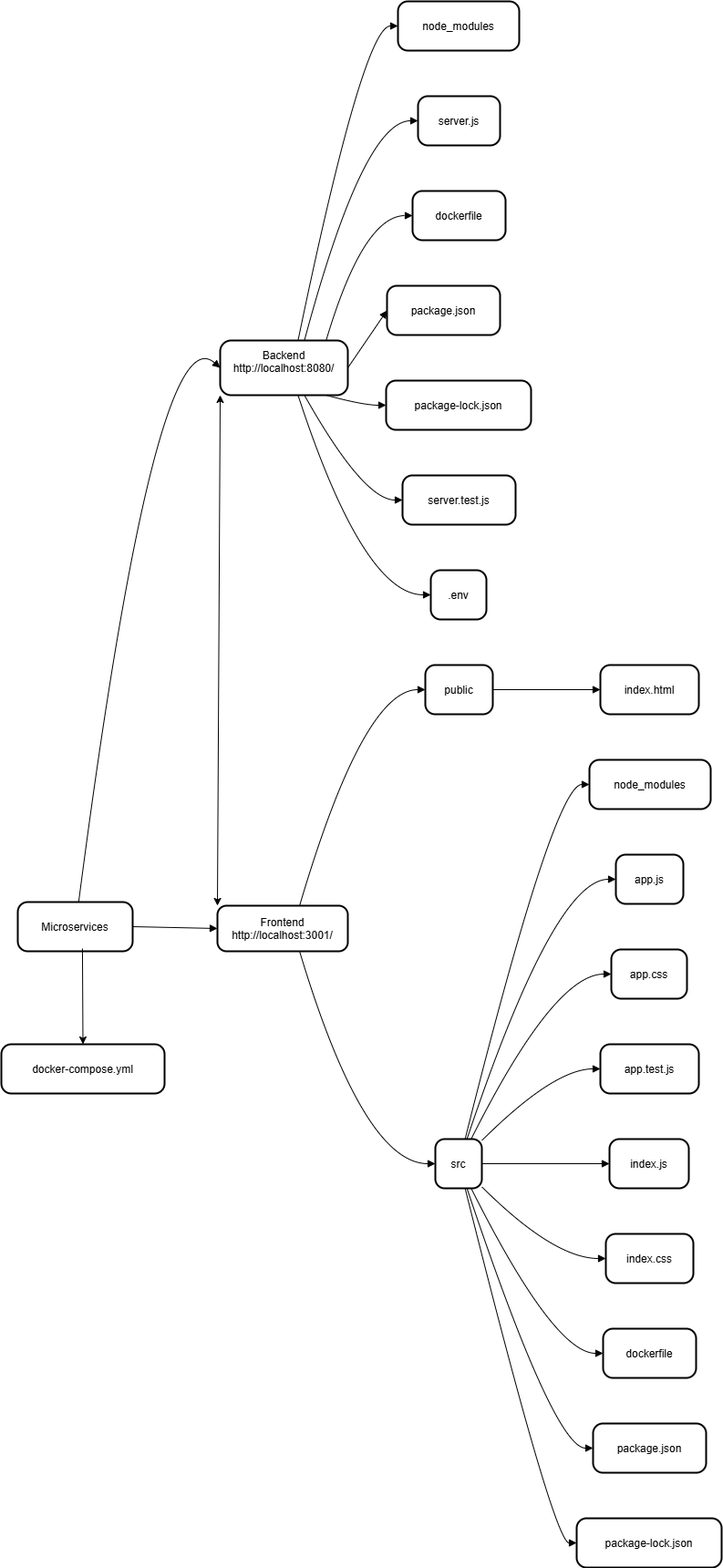
This is Microservices/images/MicroServices.drawio.png from ANANA1218/MicroServices, a draw.io export, as it was before one commit. Source tidied: cells renumbered, new cells last; positions are measured from the earlier drawing's top-left corner, leaving out a move shared by most shapes.
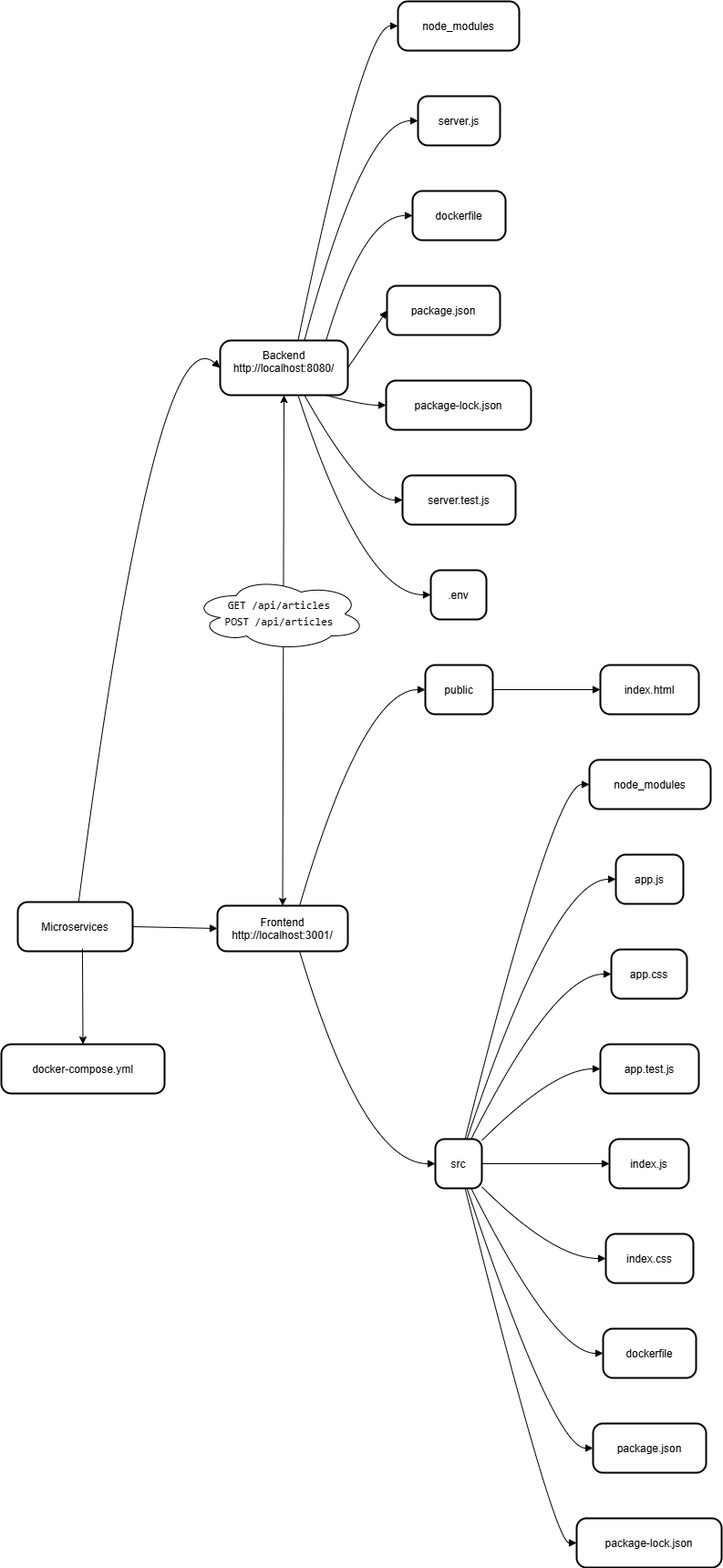
The same diagram one commit later.

Commit message:
Mettre à jour MicroServices.drawio.png

The edit, as a diff of the source:
```diff
@@ -205,8 +205,11 @@
     <mxCell id="46" style="endArrow=classic;html=1;rounded=0;entryX=0.5;entryY=0;entryDx=0;entryDy=0;exitX=0.563;exitY=0.944;exitDx=0;exitDy=0;exitPerimeter=0;" parent="1" edge="1" source="2" target="24">
       <mxGeometry relative="1" as="geometry" />
     </mxCell>
-    <mxCell id="47" style="endArrow=classic;startArrow=classic;html=1;rounded=0;entryX=0;entryY=1;entryDx=0;entryDy=0;exitX=0;exitY=0;exitDx=0;exitDy=0;" parent="1" edge="1" source="11" target="3">
+    <mxCell id="47" style="endArrow=classic;startArrow=classic;html=1;rounded=0;entryX=0.5;entryY=1;entryDx=0;entryDy=0;exitX=0.5;exitY=0;exitDx=0;exitDy=0;" parent="1" edge="1" source="11" target="3">
       <mxGeometry relative="1" as="geometry" />
     </mxCell>
+    <mxCell id="48" value="&lt;font style=&quot;color: rgb(0, 0, 0);&quot;&gt;&lt;span style=&quot;box-sizing: border-box; border: 0px solid rgb(229, 231, 235); scrollbar-color: auto; scrollbar-width: auto; --tw-border-spacing-x: 0; --tw-border-spacing-y: 0; --tw-translate-x: 0; --tw-translate-y: 0; --tw-rotate: 0; --tw-skew-x: 0; --tw-skew-y: 0; --tw-scale-x: 1; --tw-scale-y: 1; --tw-pan-x: ; --tw-pan-y: ; --tw-pinch-zoom: ; --tw-scroll-snap-strictness: proximity; --tw-gradient-from-position: ; --tw-gradient-via-position: ; --tw-gradient-to-position: ; --tw-ordinal: ; --tw-slashed-zero: ; --tw-numeric-figure: ; --tw-numeric-spacing: ; --tw-numeric-fraction: ; --tw-ring-inset: ; --tw-ring-offset-width: 0px; --tw-ring-offset-color: light-dark(#fff, #000000); --tw-ring-color: light-dark(rgba(59,130,246,.5), #4c89ec); --tw-ring-offset-shadow: 0 0 #0000; --tw-ring-shadow: 0 0 #0000; --tw-shadow: 0 0 #0000; --tw-shadow-colored: 0 0 #0000; --tw-blur: ; --tw-brightness: ; --tw-contrast: ; --tw-grayscale: ; --tw-hue-rotate: ; --tw-invert: ; --tw-saturate: ; --tw-sepia: ; --tw-drop-shadow: ; --tw-backdrop-blur: ; --tw-backdrop-brightness: ; --tw-backdrop-contrast: ; --tw-backdrop-grayscale: ; --tw-backdrop-hue-rotate: ; --tw-backdrop-invert: ; --tw-backdrop-opacity: ; --tw-backdrop-saturate: ; --tw-backdrop-sepia: ; --tw-contain-size: ; --tw-contain-layout: ; --tw-contain-paint: ; --tw-contain-style: ; user-select: none; font-family: __berkeleyMono_1826c3, __berkeleyMono_Fallback_1826c3, ui-monospace, SFMono-Regular, monospace; font-size: inherit; white-space-collapse: preserve; background-color: transparent; opacity: 1; line-height: 1.42857; flex-shrink: 0; padding: 8px; text-align: right;&quot;&gt;&lt;span style=&quot;box-sizing: border-box; border: 0px solid rgb(229, 231, 235); scrollbar-color: auto; scrollbar-width: auto; --tw-border-spacing-x: 0; --tw-border-spacing-y: 0; --tw-translate-x: 0; --tw-translate-y: 0; --tw-rotate: 0; --tw-skew-x: 0; --tw-skew-y: 0; --tw-scale-x: 1; --tw-scale-y: 1; --tw-pan-x: ; --tw-pan-y: ; --tw-pinch-zoom: ; --tw-scroll-snap-strictness: proximity; --tw-gradient-from-position: ; --tw-gradient-via-position: ; --tw-gradient-to-position: ; --tw-ordinal: ; --tw-slashed-zero: ; --tw-numeric-figure: ; --tw-numeric-spacing: ; --tw-numeric-fraction: ; --tw-ring-inset: ; --tw-ring-offset-width: 0px; --tw-ring-offset-color: light-dark(#fff, #000000); --tw-ring-color: light-dark(rgba(59,130,246,.5), #4c89ec); --tw-ring-offset-shadow: 0 0 #0000; --tw-ring-shadow: 0 0 #0000; --tw-shadow: 0 0 #0000; --tw-shadow-colored: 0 0 #0000; --tw-blur: ; --tw-brightness: ; --tw-contrast: ; --tw-grayscale: ; --tw-hue-rotate: ; --tw-invert: ; --tw-saturate: ; --tw-sepia: ; --tw-drop-shadow: ; --tw-backdrop-blur: ; --tw-backdrop-brightness: ; --tw-backdrop-contrast: ; --tw-backdrop-grayscale: ; --tw-backdrop-hue-rotate: ; --tw-backdrop-invert: ; --tw-backdrop-opacity: ; --tw-backdrop-saturate: ; --tw-backdrop-sepia: ; --tw-contain-size: ; --tw-contain-layout: ; --tw-contain-paint: ; --tw-contain-style: ;&quot;&gt;GET /api/articles&lt;br&gt;&lt;/span&gt;&lt;/span&gt;&lt;span style=&quot;box-sizing: border-box; border: 0px solid rgb(229, 231, 235); scrollbar-color: auto; scrollbar-width: auto; --tw-border-spacing-x: 0; --tw-border-spacing-y: 0; --tw-translate-x: 0; --tw-translate-y: 0; --tw-rotate: 0; --tw-skew-x: 0; --tw-skew-y: 0; --tw-scale-x: 1; --tw-scale-y: 1; --tw-pan-x: ; --tw-pan-y: ; --tw-pinch-zoom: ; --tw-scroll-snap-strictness: proximity; --tw-gradient-from-position: ; --tw-gradient-via-position: ; --tw-gradient-to-position: ; --tw-ordinal: ; --tw-slashed-zero: ; --tw-numeric-figure: ; --tw-numeric-spacing: ; --tw-numeric-fraction: ; --tw-ring-inset: ; --tw-ring-offset-width: 0px; --tw-ring-offset-color: light-dark(#fff, #000000); --tw-ring-color: light-dark(rgba(59,130,246,.5), #4c89ec); --tw-ring-offset-shadow: 0 0 #0000; --tw-ring-shadow: 0 0 #0000; --tw-shadow: 0 0 #0000; --tw-shadow-colored: 0 0 #0000; --tw-blur: ; --tw-brightness: ; --tw-contrast: ; --tw-grayscale: ; --tw-hue-rotate: ; --tw-invert: ; --tw-saturate: ; --tw-sepia: ; --tw-drop-shadow: ; --tw-backdrop-blur: ; --tw-backdrop-brightness: ; --tw-backdrop-contrast: ; --tw-backdrop-grayscale: ; --tw-backdrop-hue-rotate: ; --tw-backdrop-invert: ; --tw-backdrop-opacity: ; --tw-backdrop-saturate: ; --tw-backdrop-sepia: ; --tw-contain-size: ; --tw-contain-layout: ; --tw-contain-paint: ; --tw-contain-style: ; user-select: none; font-family: __berkeleyMono_1826c3, __berkeleyMono_Fallback_1826c3, ui-monospace, SFMono-Regular, monospace; font-size: inherit; white-space-collapse: preserve; background-color: transparent; opacity: 1; line-height: 1.42857; flex-shrink: 0; padding: 8px; text-align: right;&quot;&gt;POST /api/articles&lt;/span&gt;&lt;/font&gt;" style="ellipse;shape=cloud;whiteSpace=wrap;html=1;" parent="1" vertex="1">
+      <mxGeometry x="210" y="632" width="190" height="80" as="geometry" />
+    </mxCell>
   </root>
 </mxGraphModel>
```
